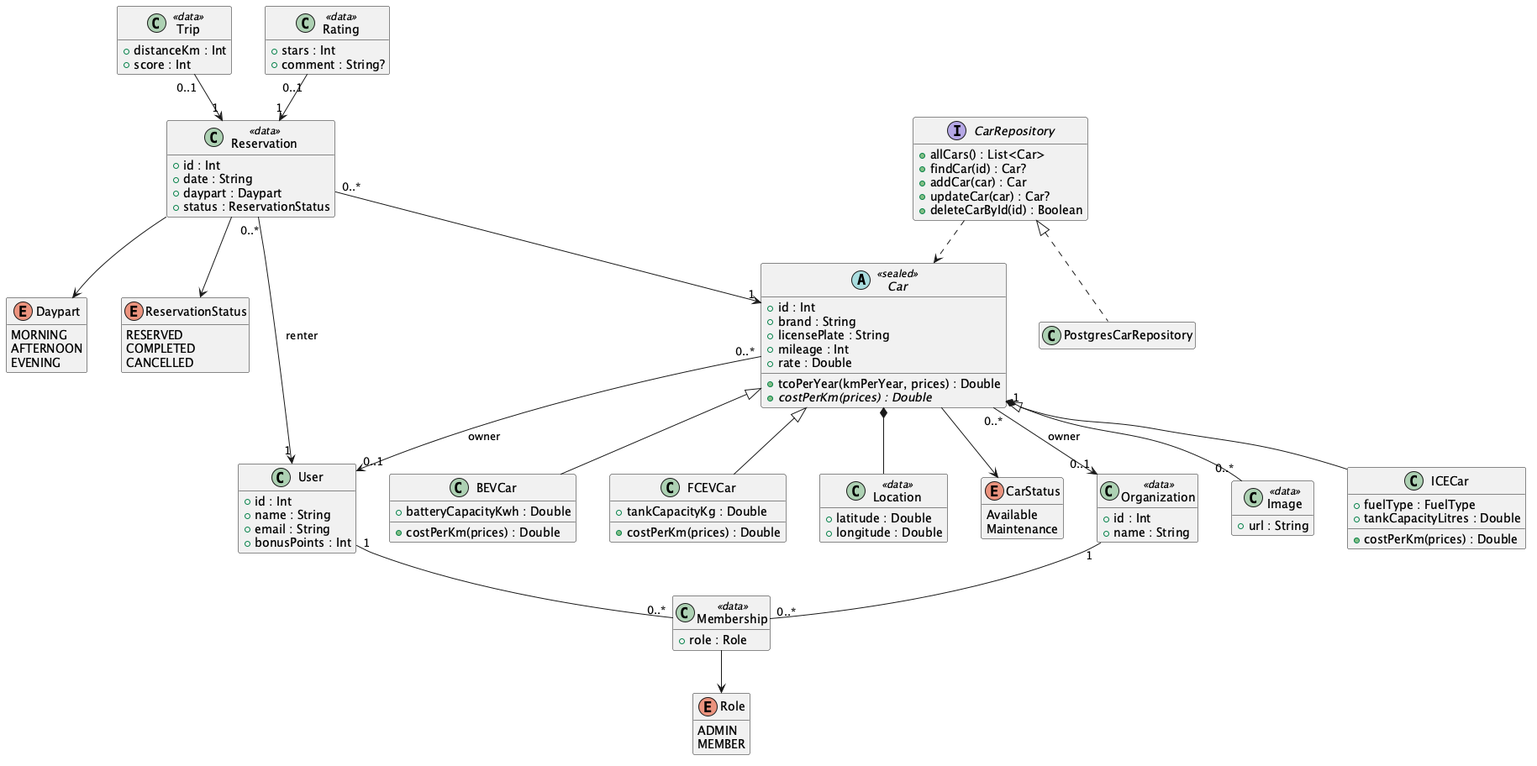
Before: docs/diagrams/class-core.png, a diagram exported from PlantUML (Rent-a-car-38291/rent-a-car).
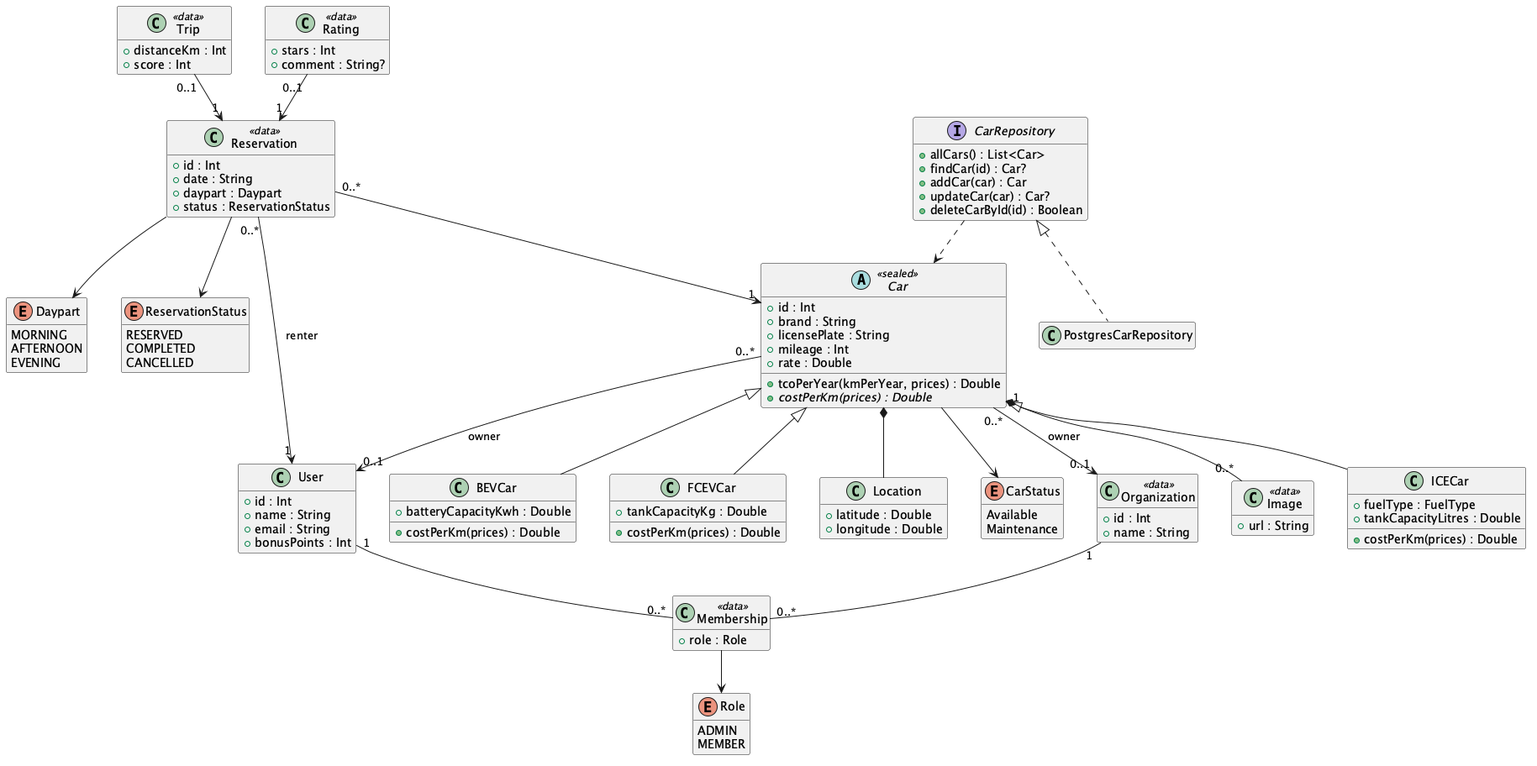
The same diagram one commit later.

Commit message:
Fix three diagrams: Location is not a data class, any user creates an organization, a started trip also refuses a one-call trip

The edit, as a diff of the source:
```diff
@@ -25,7 +25,7 @@
   + tankCapacityKg : Double
   + costPerKm(prices) : Double
 }
-class Location <<data>> {
+class Location {
   + latitude : Double
   + longitude : Double
 }
```
